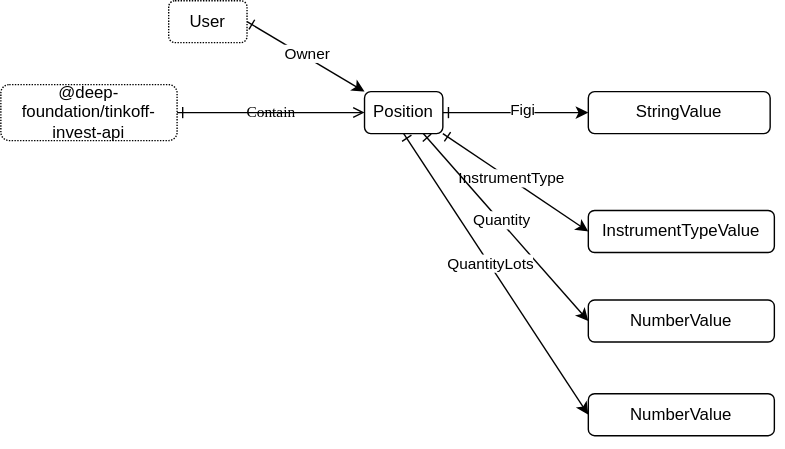
suenot/deep-tinkoff-invest-api keeps this draw.io diagram as drawio/Position.drawio.svg. Above is the earlier version. Source tidied: cells renumbered, new cells last; positions are measured from the earlier drawing's top-left corner, leaving out a move shared by most shapes.
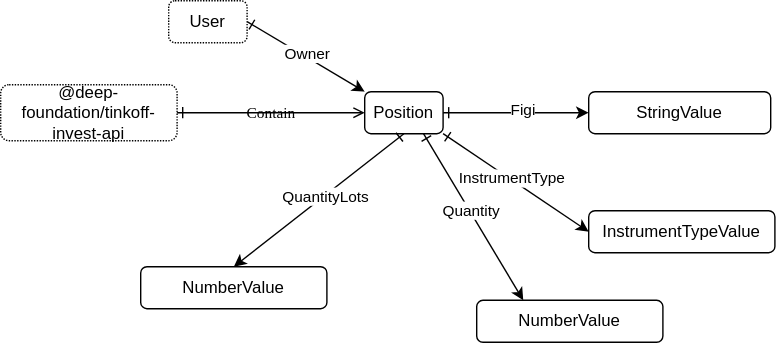
The same diagram one commit later.

Commit message:
drawio привел в порядок

Diff of the diagram source:
```diff
@@ -2,9 +2,6 @@
   <root>
     <mxCell id="0" />
     <mxCell id="1" parent="0" />
-    <mxCell id="2" style="rounded=0;whiteSpace=wrap;html=1;dashed=1;dashPattern=1 1;strokeColor=none;" parent="1" vertex="1">
-      <mxGeometry width="560" height="320" as="geometry" />
-    </mxCell>
     <mxCell id="3" style="edgeStyle=none;html=1;exitX=1;exitY=0.5;exitDx=0;exitDy=0;startArrow=ERone;startFill=0;entryX=0;entryY=0;entryDx=0;entryDy=0;" parent="1" edge="1" source="5" target="8">
       <mxGeometry relative="1" as="geometry" />
     </mxCell>
@@ -42,18 +39,18 @@
       <mxGeometry x="420" y="150" width="133" height="30" as="geometry" />
     </mxCell>
     <mxCell id="15" value="NumberValue" style="rounded=1;whiteSpace=wrap;html=1;labelBackgroundColor=none;" parent="1" vertex="1">
-      <mxGeometry x="420" y="214" width="133" height="30" as="geometry" />
+      <mxGeometry x="340" y="214" width="133" height="30" as="geometry" />
     </mxCell>
-    <mxCell id="16" style="edgeStyle=none;html=1;exitX=0.75;exitY=1;exitDx=0;exitDy=0;startArrow=ERone;startFill=0;entryX=0;entryY=0.5;entryDx=0;entryDy=0;" parent="1" edge="1" source="8" target="15">
+    <mxCell id="16" style="edgeStyle=none;html=1;exitX=0.75;exitY=1;exitDx=0;exitDy=0;startArrow=ERone;startFill=0;entryX=0.25;entryY=0;entryDx=0;entryDy=0;" parent="1" edge="1" source="8" target="15">
       <mxGeometry relative="1" as="geometry" />
     </mxCell>
     <mxCell id="17" value="Quantity" style="edgeLabel;html=1;align=center;verticalAlign=middle;" parent="16" vertex="1">
       <mxGeometry x="-0.07" y="1" relative="1" as="geometry" />
     </mxCell>
     <mxCell id="18" value="NumberValue" style="rounded=1;whiteSpace=wrap;html=1;labelBackgroundColor=none;" parent="1" vertex="1">
-      <mxGeometry x="420" y="281" width="133" height="30" as="geometry" />
+      <mxGeometry x="100" y="190" width="133" height="30" as="geometry" />
     </mxCell>
-    <mxCell id="19" style="edgeStyle=none;html=1;exitX=0.5;exitY=1;exitDx=0;exitDy=0;startArrow=ERone;startFill=0;entryX=0;entryY=0.5;entryDx=0;entryDy=0;" parent="1" edge="1" source="8" target="18">
+    <mxCell id="19" style="edgeStyle=none;html=1;exitX=0.5;exitY=1;exitDx=0;exitDy=0;startArrow=ERone;startFill=0;entryX=0.5;entryY=0;entryDx=0;entryDy=0;" parent="1" edge="1" source="8" target="18">
       <mxGeometry relative="1" as="geometry" />
     </mxCell>
     <mxCell id="20" value="QuantityLots" style="edgeLabel;html=1;align=center;verticalAlign=middle;" parent="19" vertex="1">
```
